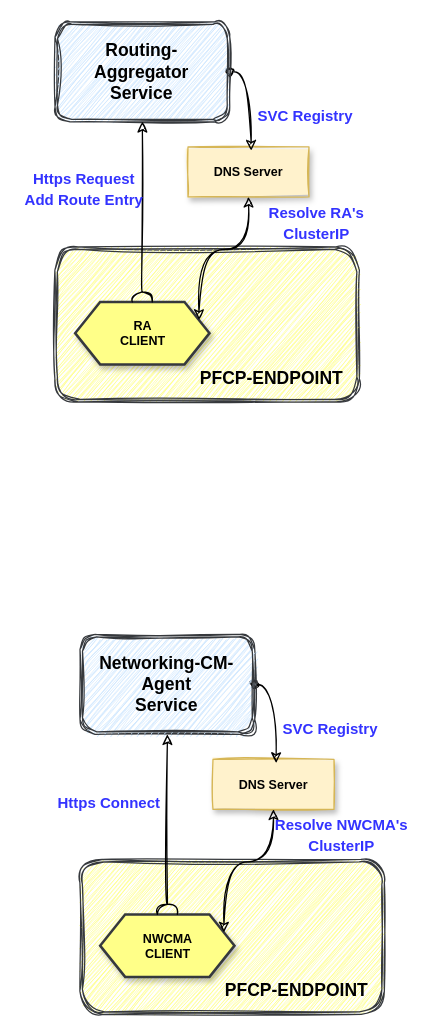
Above: page "RA" (6 of 6) of External_submodule.drawio in SunLucc/Test (draw.io), before the change. Source tidied: cells renumbered, new cells numbered last; positions are measured from the earlier drawing's top-left corner, leaving out a move shared by most shapes. Both pictures are drawn from the tidied source at 125%, with x=0, y=0 at pixel (21, 21).
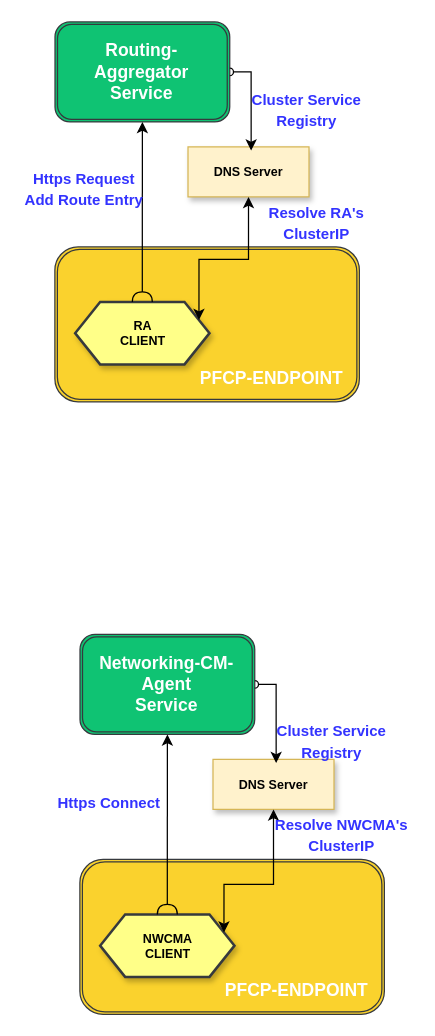
After the change.

Unchanged cells that the change refers to:
```xml
<mxCell id="15" style="group;" parent="1" vertex="1">
  <mxGeometry x="20" y="490" width="293.1" height="304" as="geometry" />
</mxCell>
<mxCell id="17" value="&lt;b style=&quot;border-color: var(--border-color);&quot;&gt;NWCMA&lt;br style=&quot;border-color: var(--border-color);&quot;&gt;CLIENT&lt;/b&gt;" style="shape=hexagon;perimeter=hexagonPerimeter2;whiteSpace=wrap;html=1;fixedSize=1;fillStyle=solid;fillColor=#ffff88;strokeColor=#36393d;fontSize=10;rounded=0;shadow=1;strokeWidth=2;" parent="15" vertex="1">
  <mxGeometry x="42.6" y="224" width="107.5" height="50" as="geometry" />
</mxCell>
```

The edit, as a diff of the source:
```diff
@@
-    <mxCell id="2" style="group;" parent="1" vertex="1">
-      <mxGeometry width="293.1" height="304" as="geometry" />
-    </mxCell>
-    <mxCell id="3" style="shape=ext;double=1;rounded=1;whiteSpace=wrap;html=1;shadow=0;sketch=1;fillStyle=hachure;fontSize=14;fillColor=#ffff88;curveFitting=1;jiggle=2;strokeColor=#36393d;" parent="2" vertex="1">
-      <mxGeometry x="26.4" y="180" width="243.6" height="124" as="geometry" />
-    </mxCell>
-    <mxCell id="4" value="&lt;b style=&quot;border-color: var(--border-color);&quot;&gt;RA&lt;br style=&quot;border-color: var(--border-color);&quot;&gt;CLIENT&lt;/b&gt;" style="shape=hexagon;perimeter=hexagonPerimeter2;whiteSpace=wrap;html=1;fixedSize=1;fillStyle=solid;fillColor=#ffff88;strokeColor=#36393d;fontSize=10;rounded=0;shadow=1;strokeWidth=2;" parent="2" vertex="1">
-      <mxGeometry x="42.6" y="224" width="107.5" height="50" as="geometry" />
-    </mxCell>
-    <mxCell id="5" value="&lt;b&gt;DNS Server&lt;/b&gt;" style="whiteSpace=wrap;html=1;fontSize=10;fillColor=#fff2cc;strokeColor=#d6b656;fillStyle=solid;rounded=0;shadow=1;sketch=1;" parent="2" vertex="1">
-      <mxGeometry x="132.9" y="100" width="96.8" height="40" as="geometry" />
-    </mxCell>
-    <mxCell id="6" style="edgeStyle=orthogonalEdgeStyle;curved=1;sketch=1;jettySize=auto;html=1;exitX=1;exitY=0.25;exitDx=0;exitDy=0;entryX=0.5;entryY=1;entryDx=0;entryDy=0;fontSize=14;fontColor=#000000;startArrow=classic;startFill=1;endArrow=classic;endFill=1;" parent="2" edge="1" source="4" target="5">
-      <mxGeometry relative="1" as="geometry" />
-    </mxCell>
-    <mxCell id="7" style="edgeStyle=orthogonalEdgeStyle;curved=1;sketch=1;jettySize=auto;html=1;exitX=1;exitY=0.5;exitDx=0;exitDy=0;entryX=0.522;entryY=0.075;entryDx=0;entryDy=0;fontSize=14;fontColor=#000000;startArrow=oval;startFill=0;endArrow=classic;endFill=1;entryPerimeter=0;" parent="2" edge="1" source="8" target="5">
-      <mxGeometry relative="1" as="geometry">
-        <Array as="points">
-          <mxPoint x="183.4" y="40" />
-        </Array>
-      </mxGeometry>
-    </mxCell>
-    <mxCell id="8" style="shape=ext;double=1;rounded=1;whiteSpace=wrap;html=1;shadow=0;sketch=1;fillStyle=hachure;fontSize=14;fillColor=#cce5ff;curveFitting=1;jiggle=2;strokeColor=#36393d;" parent="2" vertex="1">
-      <mxGeometry x="26.5" width="139.8" height="80" as="geometry" />
-    </mxCell>
-    <mxCell id="9" style="edgeStyle=orthogonalEdgeStyle;curved=1;sketch=1;jettySize=auto;html=1;exitX=0.5;exitY=0;exitDx=0;exitDy=0;entryX=0.5;entryY=1;entryDx=0;entryDy=0;fontSize=14;fontColor=#000000;startArrow=halfCircle;startFill=0;endArrow=classic;endFill=1;" parent="2" edge="1" source="4" target="8">
-      <mxGeometry relative="1" as="geometry" />
-    </mxCell>
-    <mxCell id="10" value="&lt;b&gt;PFCP-ENDPOINT&lt;/b&gt;" style="text;html=1;strokeColor=none;fillColor=none;align=center;verticalAlign=middle;whiteSpace=wrap;rounded=0;shadow=0;sketch=1;fillStyle=hachure;fontSize=14;fontColor=#000000;" parent="2" vertex="1">
-      <mxGeometry x="132.9" y="270" width="134.4" height="30" as="geometry" />
-    </mxCell>
-    <mxCell id="11" value="&lt;b&gt;Routing-Aggregator&lt;br&gt;Service&lt;br&gt;&lt;/b&gt;" style="text;html=1;strokeColor=none;fillColor=none;align=center;verticalAlign=middle;whiteSpace=wrap;rounded=0;shadow=0;sketch=1;fillStyle=hachure;fontSize=14;fontColor=#000000;" parent="2" vertex="1">
-      <mxGeometry x="29.1" y="25" width="134.4" height="30" as="geometry" />
-    </mxCell>
-    <mxCell id="12" value="&lt;font style=&quot;font-size: 12px;&quot;&gt;SVC Registry&lt;/font&gt;" style="text;html=1;strokeColor=none;fillColor=none;align=center;verticalAlign=middle;whiteSpace=wrap;rounded=0;shadow=0;dashed=0;labelBackgroundColor=none;sketch=0;fillStyle=cross-hatch;fontFamily=Helvetica;fontSize=14;fontColor=#3333FF;fontStyle=1;" parent="2" vertex="1">
-      <mxGeometry x="184" y="60" width="86" height="30" as="geometry" />
-    </mxCell>
-    <mxCell id="13" value="&lt;span style=&quot;font-size: 12px;&quot;&gt;Resolve RA's ClusterIP&lt;/span&gt;" style="text;html=1;strokeColor=none;fillColor=none;align=center;verticalAlign=middle;whiteSpace=wrap;rounded=0;shadow=0;dashed=0;labelBackgroundColor=none;sketch=0;fillStyle=cross-hatch;fontFamily=Helvetica;fontSize=14;fontColor=#3333FF;fontStyle=1;" parent="2" vertex="1">
-      <mxGeometry x="177.5" y="145" width="115.6" height="30" as="geometry" />
-    </mxCell>
-    <mxCell id="14" value="&lt;font style=&quot;font-size: 12px;&quot;&gt;&lt;br&gt;Https Request&lt;br&gt;Add Route Entry&lt;/font&gt;" style="text;html=1;strokeColor=none;fillColor=none;align=center;verticalAlign=middle;whiteSpace=wrap;rounded=0;shadow=0;dashed=0;labelBackgroundColor=none;sketch=0;fillStyle=cross-hatch;fontFamily=Helvetica;fontSize=14;fontColor=#3333FF;fontStyle=1;" parent="2" vertex="1">
-      <mxGeometry y="110" width="100" height="30" as="geometry" />
-    </mxCell>
@@
-    <mxCell id="16" style="shape=ext;double=1;rounded=1;whiteSpace=wrap;html=1;shadow=0;sketch=1;fillStyle=hachure;fontSize=14;fillColor=#ffff88;curveFitting=1;jiggle=2;strokeColor=#36393d;" parent="15" vertex="1">
+    <mxCell id="16" style="shape=ext;double=1;rounded=1;whiteSpace=wrap;html=1;shadow=0;fillStyle=hachure;fontSize=14;fillColor=#FAD22D;strokeColor=#36393d;" parent="15" vertex="1">
       <mxGeometry x="26.4" y="180" width="243.6" height="124" as="geometry" />
     </mxCell>
@@
-    <mxCell id="18" value="&lt;b&gt;DNS Server&lt;/b&gt;" style="whiteSpace=wrap;html=1;fontSize=10;fillColor=#fff2cc;strokeColor=#d6b656;fillStyle=solid;rounded=0;shadow=1;sketch=1;" parent="15" vertex="1">
+    <mxCell id="18" value="&lt;b&gt;DNS Server&lt;/b&gt;" style="whiteSpace=wrap;html=1;fontSize=10;fillColor=#fff2cc;strokeColor=#d6b656;fillStyle=solid;rounded=0;shadow=1;" parent="15" vertex="1">
       <mxGeometry x="132.9" y="100" width="96.8" height="40" as="geometry" />
     </mxCell>
-    <mxCell id="19" style="edgeStyle=orthogonalEdgeStyle;curved=1;sketch=1;jettySize=auto;html=1;exitX=1;exitY=0.25;exitDx=0;exitDy=0;entryX=0.5;entryY=1;entryDx=0;entryDy=0;fontSize=14;fontColor=#000000;startArrow=classic;startFill=1;endArrow=classic;endFill=1;" parent="15" edge="1" source="17" target="18">
-      <mxGeometry relative="1" as="geometry" />
+    <mxCell id="19" style="edgeStyle=orthogonalEdgeStyle;jettySize=auto;html=1;exitX=1;exitY=0.25;exitDx=0;exitDy=0;entryX=0.5;entryY=1;entryDx=0;entryDy=0;fontSize=14;fontColor=#000000;startArrow=classic;startFill=1;endArrow=classic;endFill=1;rounded=0;" parent="15" edge="1" source="17" target="18">
+      <mxGeometry relative="1" as="geometry">
+        <Array as="points">
+          <mxPoint x="142" y="200" />
+          <mxPoint x="181" y="200" />
+        </Array>
+      </mxGeometry>
     </mxCell>
-    <mxCell id="20" style="edgeStyle=orthogonalEdgeStyle;curved=1;sketch=1;jettySize=auto;html=1;exitX=1;exitY=0.5;exitDx=0;exitDy=0;entryX=0.522;entryY=0.075;entryDx=0;entryDy=0;fontSize=14;fontColor=#000000;startArrow=oval;startFill=0;endArrow=classic;endFill=1;entryPerimeter=0;" parent="15" edge="1" source="21" target="18">
+    <mxCell id="20" style="edgeStyle=orthogonalEdgeStyle;jettySize=auto;html=1;exitX=1;exitY=0.5;exitDx=0;exitDy=0;entryX=0.522;entryY=0.075;entryDx=0;entryDy=0;fontSize=14;fontColor=#000000;startArrow=oval;startFill=0;endArrow=classic;endFill=1;entryPerimeter=0;rounded=0;" parent="15" edge="1" source="21" target="18">
       <mxGeometry relative="1" as="geometry">
         <Array as="points">
           <mxPoint x="183.4" y="40" />
         </Array>
       </mxGeometry>
     </mxCell>
-    <mxCell id="21" style="shape=ext;double=1;rounded=1;whiteSpace=wrap;html=1;shadow=0;sketch=1;fillStyle=hachure;fontSize=14;fillColor=#cce5ff;curveFitting=1;jiggle=2;strokeColor=#36393d;" parent="15" vertex="1">
+    <mxCell id="21" style="shape=ext;double=1;rounded=1;whiteSpace=wrap;html=1;shadow=0;fillStyle=hachure;fontSize=14;fillColor=#0FC373;strokeColor=#36393d;" parent="15" vertex="1">
       <mxGeometry x="26.5" width="139.8" height="80" as="geometry" />
     </mxCell>
-    <mxCell id="22" style="edgeStyle=orthogonalEdgeStyle;curved=1;sketch=1;jettySize=auto;html=1;exitX=0.5;exitY=0;exitDx=0;exitDy=0;entryX=0.5;entryY=1;entryDx=0;entryDy=0;fontSize=14;fontColor=#000000;startArrow=halfCircle;startFill=0;endArrow=classic;endFill=1;" parent="15" edge="1" source="17" target="21">
+    <mxCell id="22" style="edgeStyle=orthogonalEdgeStyle;curved=1;jettySize=auto;html=1;exitX=0.5;exitY=0;exitDx=0;exitDy=0;entryX=0.5;entryY=1;entryDx=0;entryDy=0;fontSize=14;fontColor=#000000;startArrow=halfCircle;startFill=0;endArrow=classic;endFill=1;" parent="15" edge="1" source="17" target="21">
       <mxGeometry relative="1" as="geometry" />
     </mxCell>
-    <mxCell id="23" value="&lt;b&gt;PFCP-ENDPOINT&lt;/b&gt;" style="text;html=1;strokeColor=none;fillColor=none;align=center;verticalAlign=middle;whiteSpace=wrap;rounded=0;shadow=0;sketch=1;fillStyle=hachure;fontSize=14;fontColor=#000000;" parent="15" vertex="1">
+    <mxCell id="23" value="&lt;b&gt;&lt;font color=&quot;#ffffff&quot;&gt;PFCP-ENDPOINT&lt;/font&gt;&lt;/b&gt;" style="text;html=1;strokeColor=none;fillColor=none;align=center;verticalAlign=middle;whiteSpace=wrap;rounded=0;shadow=0;fillStyle=hachure;fontSize=14;fontColor=#000000;" parent="15" vertex="1">
       <mxGeometry x="132.9" y="270" width="134.4" height="30" as="geometry" />
     </mxCell>
-    <mxCell id="24" value="&lt;b&gt;Networking-CM-Agent&lt;/b&gt;&lt;br&gt;&lt;b&gt;Service&lt;/b&gt;" style="text;html=1;strokeColor=none;fillColor=none;align=center;verticalAlign=middle;whiteSpace=wrap;rounded=0;shadow=0;sketch=1;fillStyle=hachure;fontSize=14;fontColor=#000000;" parent="15" vertex="1">
+    <mxCell id="24" value="&lt;font color=&quot;#ffffff&quot;&gt;&lt;b&gt;Networking-CM-Agent&lt;/b&gt;&lt;br&gt;&lt;b&gt;Service&lt;/b&gt;&lt;/font&gt;" style="text;html=1;strokeColor=none;fillColor=none;align=center;verticalAlign=middle;whiteSpace=wrap;rounded=0;shadow=0;fillStyle=hachure;fontSize=14;fontColor=#000000;" parent="15" vertex="1">
       <mxGeometry x="29.1" y="25" width="134.4" height="30" as="geometry" />
     </mxCell>
-    <mxCell id="25" value="&lt;font style=&quot;font-size: 12px;&quot;&gt;SVC Registry&lt;/font&gt;" style="text;html=1;strokeColor=none;fillColor=none;align=center;verticalAlign=middle;whiteSpace=wrap;rounded=0;shadow=0;dashed=0;labelBackgroundColor=none;sketch=0;fillStyle=cross-hatch;fontFamily=Helvetica;fontSize=14;fontColor=#3333FF;fontStyle=1;" parent="15" vertex="1">
-      <mxGeometry x="184" y="60" width="86" height="30" as="geometry" />
-    </mxCell>
-    <mxCell id="26" value="&lt;span style=&quot;font-size: 12px;&quot;&gt;Resolve NWCMA's ClusterIP&lt;/span&gt;" style="text;html=1;strokeColor=none;fillColor=none;align=center;verticalAlign=middle;whiteSpace=wrap;rounded=0;shadow=0;dashed=0;labelBackgroundColor=none;sketch=0;fillStyle=cross-hatch;fontFamily=Helvetica;fontSize=14;fontColor=#3333FF;fontStyle=1;" parent="15" vertex="1">
+    <mxCell id="26" value="&lt;span style=&quot;font-size: 12px;&quot;&gt;Resolve NWCMA's ClusterIP&lt;/span&gt;" style="text;html=1;strokeColor=none;fillColor=none;align=center;verticalAlign=middle;whiteSpace=wrap;rounded=0;shadow=0;dashed=0;labelBackgroundColor=none;fillStyle=cross-hatch;fontFamily=Helvetica;fontSize=14;fontColor=#3333FF;fontStyle=1;" parent="15" vertex="1">
       <mxGeometry x="177.5" y="145" width="115.6" height="30" as="geometry" />
     </mxCell>
-    <mxCell id="27" value="&lt;font style=&quot;font-size: 12px;&quot;&gt;&lt;br&gt;Https Connect&lt;/font&gt;" style="text;html=1;strokeColor=none;fillColor=none;align=center;verticalAlign=middle;whiteSpace=wrap;rounded=0;shadow=0;dashed=0;labelBackgroundColor=none;sketch=0;fillStyle=cross-hatch;fontFamily=Helvetica;fontSize=14;fontColor=#3333FF;fontStyle=1;" parent="15" vertex="1">
+    <mxCell id="27" value="&lt;font style=&quot;font-size: 12px;&quot;&gt;&lt;br&gt;Https Connect&lt;/font&gt;" style="text;html=1;strokeColor=none;fillColor=none;align=center;verticalAlign=middle;whiteSpace=wrap;rounded=0;shadow=0;dashed=0;labelBackgroundColor=none;fillStyle=cross-hatch;fontFamily=Helvetica;fontSize=14;fontColor=#3333FF;fontStyle=1;" parent="15" vertex="1">
       <mxGeometry y="110" width="100" height="30" as="geometry" />
     </mxCell>
@@
+    <mxCell id="29" value="&lt;span style=&quot;font-size: 12px;&quot;&gt;Cluster Service Registry&lt;/span&gt;" style="text;html=1;strokeColor=none;fillColor=none;align=center;verticalAlign=middle;whiteSpace=wrap;rounded=0;shadow=0;dashed=0;labelBackgroundColor=none;fillStyle=cross-hatch;fontFamily=Helvetica;fontSize=14;fontColor=#3333FF;fontStyle=1;" parent="15" vertex="1">
+      <mxGeometry x="163.5" y="70" width="127.5" height="30" as="geometry" />
+    </mxCell>
+    <mxCell id="3" style="shape=ext;double=1;rounded=1;whiteSpace=wrap;html=1;shadow=0;fillStyle=hachure;fontSize=14;fillColor=#FAD22D;strokeColor=#36393d;" parent="1" vertex="1">
+      <mxGeometry x="26.4" y="180" width="243.6" height="124" as="geometry" />
+    </mxCell>
+    <mxCell id="4" value="&lt;b style=&quot;border-color: var(--border-color);&quot;&gt;RA&lt;br style=&quot;border-color: var(--border-color);&quot;&gt;CLIENT&lt;/b&gt;" style="shape=hexagon;perimeter=hexagonPerimeter2;whiteSpace=wrap;html=1;fixedSize=1;fillStyle=solid;fillColor=#ffff88;strokeColor=#36393d;fontSize=10;rounded=0;shadow=1;strokeWidth=2;" parent="1" vertex="1">
+      <mxGeometry x="42.6" y="224" width="107.5" height="50" as="geometry" />
+    </mxCell>
+    <mxCell id="5" value="&lt;b&gt;DNS Server&lt;/b&gt;" style="whiteSpace=wrap;html=1;fontSize=10;fillColor=#fff2cc;strokeColor=#d6b656;fillStyle=solid;rounded=0;shadow=1;" parent="1" vertex="1">
+      <mxGeometry x="132.9" y="100" width="96.8" height="40" as="geometry" />
+    </mxCell>
+    <mxCell id="6" style="edgeStyle=orthogonalEdgeStyle;jettySize=auto;html=1;exitX=1;exitY=0.25;exitDx=0;exitDy=0;entryX=0.5;entryY=1;entryDx=0;entryDy=0;fontSize=14;fontColor=#000000;startArrow=classic;startFill=1;endArrow=classic;endFill=1;rounded=0;" parent="1" edge="1" source="4" target="5">
+      <mxGeometry relative="1" as="geometry">
+        <Array as="points">
+          <mxPoint x="142" y="190" />
+          <mxPoint x="181" y="190" />
+        </Array>
+      </mxGeometry>
+    </mxCell>
+    <mxCell id="7" style="edgeStyle=orthogonalEdgeStyle;jettySize=auto;html=1;exitX=1;exitY=0.5;exitDx=0;exitDy=0;entryX=0.522;entryY=0.075;entryDx=0;entryDy=0;fontSize=14;fontColor=#000000;startArrow=oval;startFill=0;endArrow=classic;endFill=1;entryPerimeter=0;rounded=0;" parent="1" edge="1" source="8" target="5">
+      <mxGeometry relative="1" as="geometry">
+        <Array as="points">
+          <mxPoint x="183.4" y="40" />
+        </Array>
+      </mxGeometry>
+    </mxCell>
+    <mxCell id="8" style="shape=ext;double=1;rounded=1;whiteSpace=wrap;html=1;shadow=0;fillStyle=hachure;fontSize=14;fillColor=#0FC373;strokeColor=#36393d;" parent="1" vertex="1">
+      <mxGeometry x="26.5" width="139.8" height="80" as="geometry" />
+    </mxCell>
+    <mxCell id="9" style="edgeStyle=orthogonalEdgeStyle;curved=1;jettySize=auto;html=1;exitX=0.5;exitY=0;exitDx=0;exitDy=0;entryX=0.5;entryY=1;entryDx=0;entryDy=0;fontSize=14;fontColor=#000000;startArrow=halfCircle;startFill=0;endArrow=classic;endFill=1;" parent="1" edge="1" source="4" target="8">
+      <mxGeometry relative="1" as="geometry" />
+    </mxCell>
+    <mxCell id="10" value="&lt;b&gt;&lt;font color=&quot;#ffffff&quot;&gt;PFCP-ENDPOINT&lt;/font&gt;&lt;/b&gt;" style="text;html=1;strokeColor=none;fillColor=none;align=center;verticalAlign=middle;whiteSpace=wrap;rounded=0;shadow=0;fillStyle=hachure;fontSize=14;fontColor=#000000;" parent="1" vertex="1">
+      <mxGeometry x="132.9" y="270" width="134.4" height="30" as="geometry" />
+    </mxCell>
+    <mxCell id="11" value="&lt;b&gt;&lt;font color=&quot;#ffffff&quot;&gt;Routing-Aggregator&lt;br&gt;Service&lt;/font&gt;&lt;br&gt;&lt;/b&gt;" style="text;html=1;strokeColor=none;fillColor=none;align=center;verticalAlign=middle;whiteSpace=wrap;rounded=0;shadow=0;fillStyle=hachure;fontSize=14;fontColor=#000000;" parent="1" vertex="1">
+      <mxGeometry x="29.1" y="25" width="134.4" height="30" as="geometry" />
+    </mxCell>
+    <mxCell id="13" value="&lt;span style=&quot;font-size: 12px;&quot;&gt;Resolve RA's ClusterIP&lt;/span&gt;" style="text;html=1;strokeColor=none;fillColor=none;align=center;verticalAlign=middle;whiteSpace=wrap;rounded=0;shadow=0;dashed=0;labelBackgroundColor=none;fillStyle=cross-hatch;fontFamily=Helvetica;fontSize=14;fontColor=#3333FF;fontStyle=1;" parent="1" vertex="1">
+      <mxGeometry x="177.5" y="145" width="115.6" height="30" as="geometry" />
+    </mxCell>
+    <mxCell id="14" value="&lt;font style=&quot;font-size: 12px;&quot;&gt;&lt;br&gt;Https Request&lt;br&gt;Add Route Entry&lt;/font&gt;" style="text;html=1;strokeColor=none;fillColor=none;align=center;verticalAlign=middle;whiteSpace=wrap;rounded=0;shadow=0;dashed=0;labelBackgroundColor=none;fillStyle=cross-hatch;fontFamily=Helvetica;fontSize=14;fontColor=#3333FF;fontStyle=1;" parent="1" vertex="1">
+      <mxGeometry y="110" width="100" height="30" as="geometry" />
+    </mxCell>
+    <mxCell id="30" value="&lt;span style=&quot;font-size: 12px;&quot;&gt;Cluster Service Registry&lt;/span&gt;" style="text;html=1;strokeColor=none;fillColor=none;align=center;verticalAlign=middle;whiteSpace=wrap;rounded=0;shadow=0;dashed=0;labelBackgroundColor=none;fillStyle=cross-hatch;fontFamily=Helvetica;fontSize=14;fontColor=#3333FF;fontStyle=1;" parent="1" vertex="1">
+      <mxGeometry x="163.5" y="55" width="127.5" height="30" as="geometry" />
+    </mxCell>
```
